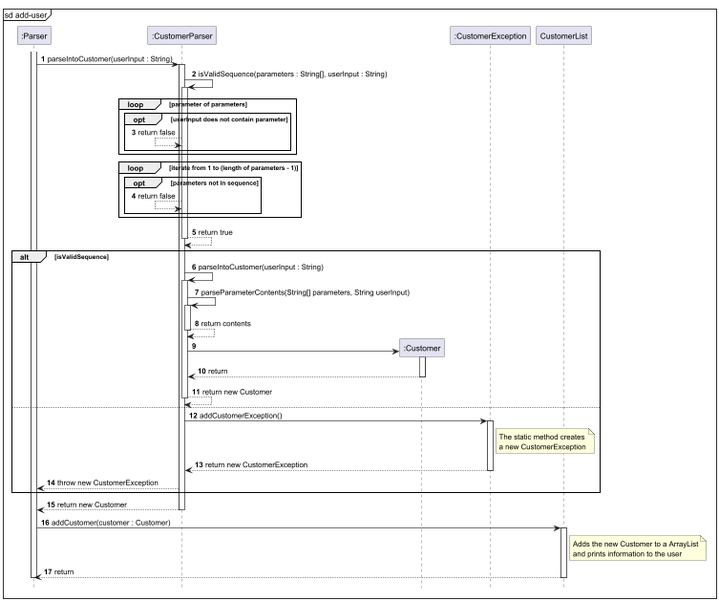
Earlier version of the PlantUML export docs/images/AddCustomerSequence.png (rexkoh425/tp).
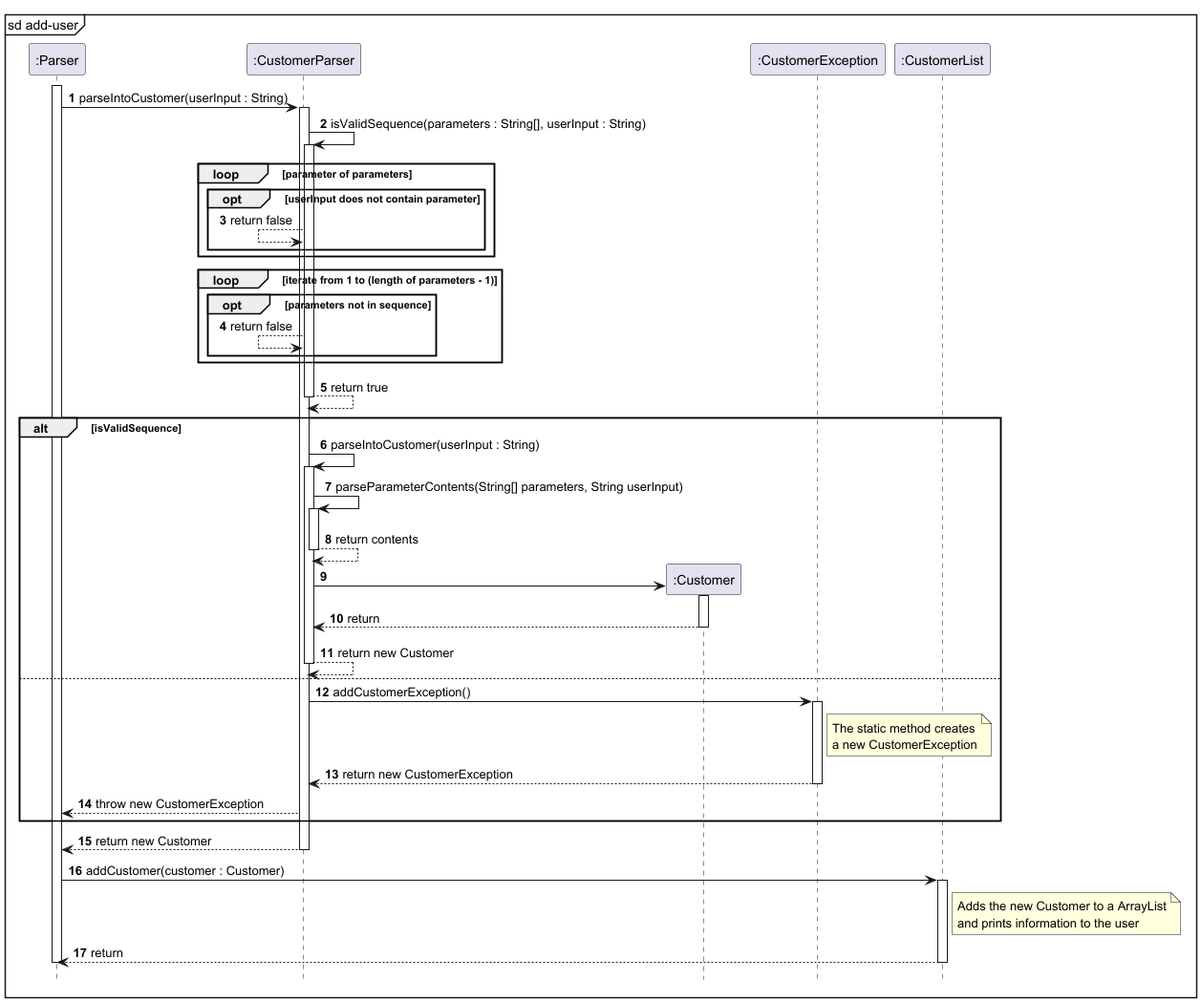
The same diagram one commit later.

Commit message:
Update sequence diagram

Diff of the diagram source:
```diff
@@ -6,6 +6,7 @@
 participant ":CustomerParser" as CustomerParser
 participant ":Customer" as Customer
 participant ":CustomerException" as CustomerException
+participant ":CustomerList" as CustomerList
 
 activate Parser
 Parser -> CustomerParser : parseIntoCustomer(userInput : String)
```
